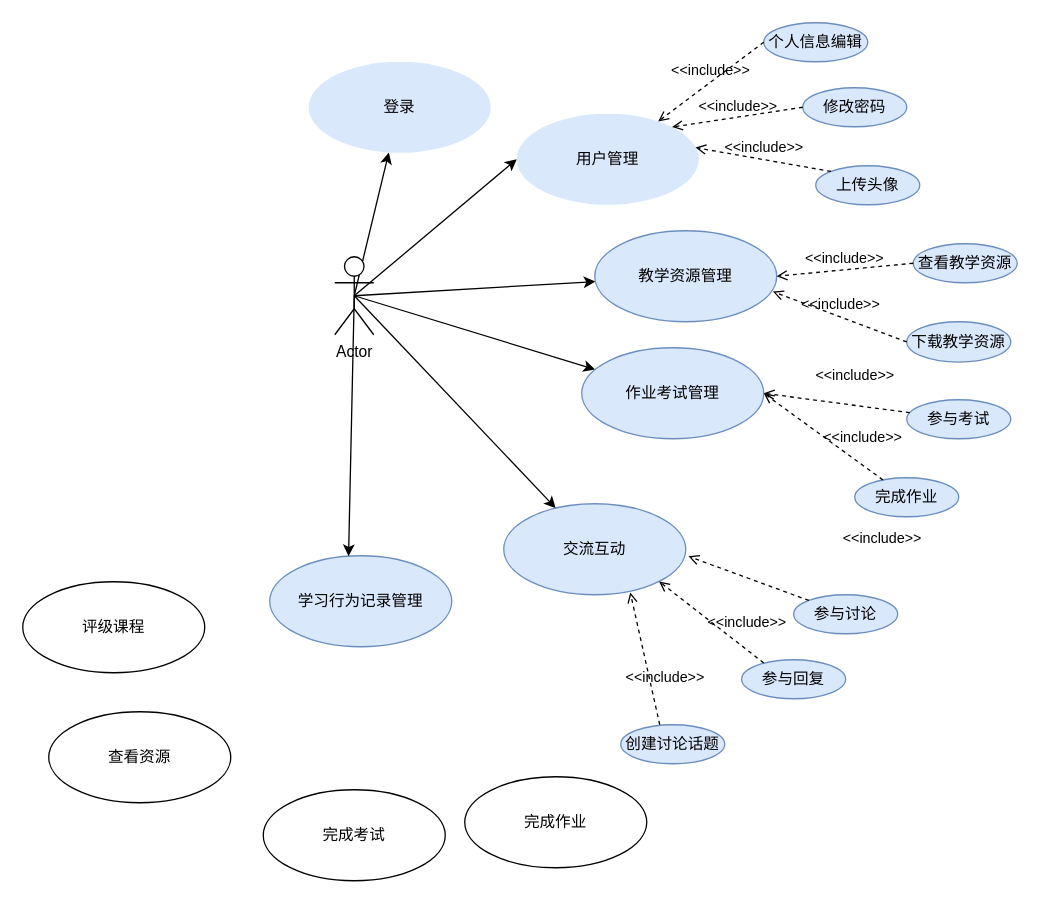
Above: Untitled Diagram.drawio in ytrLove/text_repo (draw.io), before the change. Source tidied: cells renumbered, new cells numbered last; positions are measured from the earlier drawing's top-left corner, leaving out a move shared by most shapes. Both pictures are drawn from the tidied source at 130%, with x=0, y=0 at pixel (22, 22).
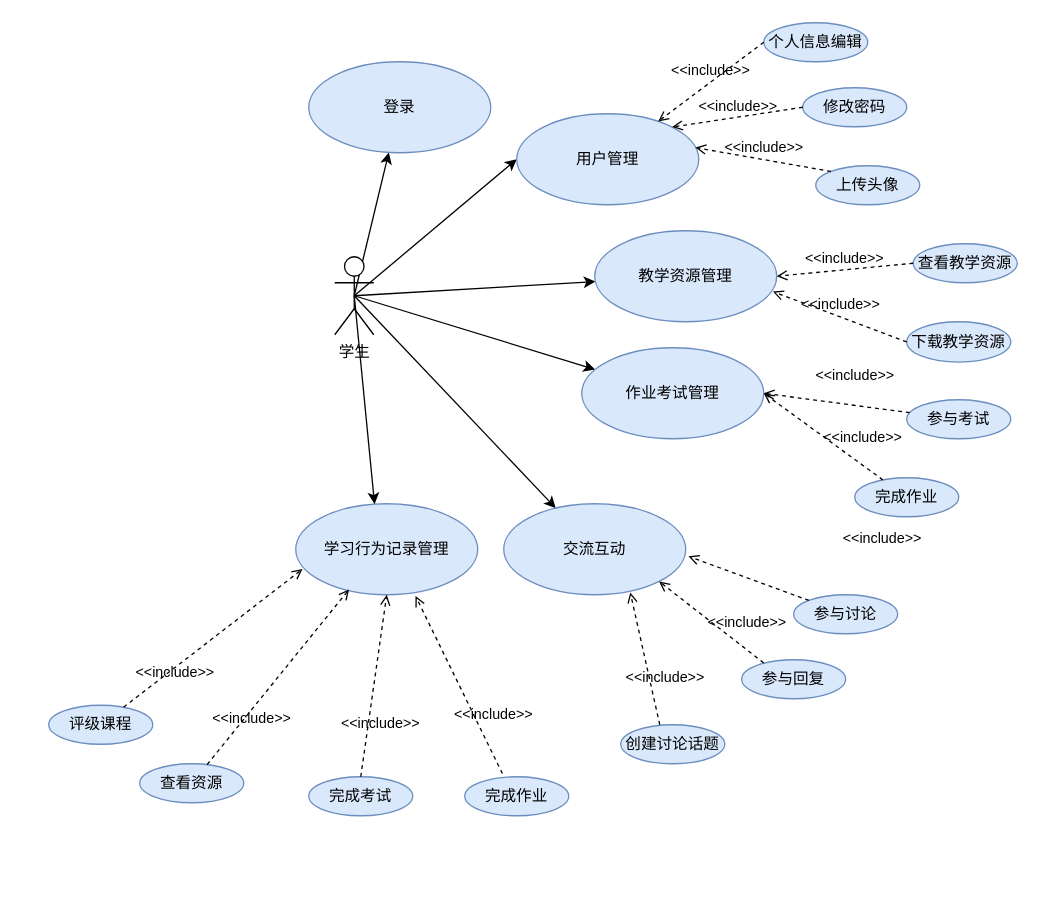
After the change.

Diff of the diagram source:
```diff
@@
-    <mxCell id="7" value="Actor" style="shape=umlActor;verticalLabelPosition=bottom;verticalAlign=top;html=1;" parent="1" vertex="1">
+    <mxCell id="7" value="学生&lt;div&gt;&lt;br&gt;&lt;/div&gt;" style="shape=umlActor;verticalLabelPosition=bottom;verticalAlign=top;html=1;" parent="1" vertex="1">
       <mxGeometry x="240" y="180" width="30" height="60" as="geometry" />
     </mxCell>
-    <mxCell id="8" value="登录" style="ellipse;whiteSpace=wrap;html=1;fillColor=#dae8fc;strokeColor=none;" parent="1" vertex="1">
+    <mxCell id="8" value="登录" style="ellipse;whiteSpace=wrap;html=1;fillColor=#dae8fc;strokeColor=#6c8ebf;" parent="1" vertex="1">
       <mxGeometry x="220" y="30" width="140" height="70" as="geometry" />
     </mxCell>
-    <mxCell id="9" value="用户管理" style="ellipse;whiteSpace=wrap;html=1;fillColor=#dae8fc;strokeColor=none;" parent="1" vertex="1">
+    <mxCell id="9" value="用户管理" style="ellipse;whiteSpace=wrap;html=1;fillColor=#dae8fc;strokeColor=#6c8ebf;" parent="1" vertex="1">
       <mxGeometry x="380" y="70" width="140" height="70" as="geometry" />
     </mxCell>
@@
     <mxCell id="13" value="学习行为记录管理" style="ellipse;whiteSpace=wrap;html=1;strokeColor=#6c8ebf;fillColor=#dae8fc;" parent="1" vertex="1">
-      <mxGeometry x="190" y="410" width="140" height="70" as="geometry" />
+      <mxGeometry x="210" y="370" width="140" height="70" as="geometry" />
     </mxCell>
@@
-    <mxCell id="36" value="完成考试" style="ellipse;whiteSpace=wrap;html=1;" parent="1" vertex="1">
-      <mxGeometry x="185" y="590" width="140" height="70" as="geometry" />
+    <mxCell id="36" value="完成考试" style="ellipse;whiteSpace=wrap;html=1;fillColor=#dae8fc;strokeColor=#6c8ebf;" parent="1" vertex="1">
+      <mxGeometry x="220" y="580" width="80" height="30" as="geometry" />
     </mxCell>
-    <mxCell id="37" value="完成作业" style="ellipse;whiteSpace=wrap;html=1;" parent="1" vertex="1">
-      <mxGeometry x="340" y="580" width="140" height="70" as="geometry" />
+    <mxCell id="37" value="完成作业" style="ellipse;whiteSpace=wrap;html=1;fillColor=#dae8fc;strokeColor=#6c8ebf;" parent="1" vertex="1">
+      <mxGeometry x="340" y="580" width="80" height="30" as="geometry" />
     </mxCell>
-    <mxCell id="38" value="查看资源" style="ellipse;whiteSpace=wrap;html=1;" parent="1" vertex="1">
-      <mxGeometry x="20" y="530" width="140" height="70" as="geometry" />
+    <mxCell id="38" value="查看资源" style="ellipse;whiteSpace=wrap;html=1;fillColor=#dae8fc;strokeColor=#6c8ebf;" parent="1" vertex="1">
+      <mxGeometry x="90" y="570" width="80" height="30" as="geometry" />
     </mxCell>
-    <mxCell id="39" value="评级课程" style="ellipse;whiteSpace=wrap;html=1;" parent="1" vertex="1">
-      <mxGeometry y="430" width="140" height="70" as="geometry" />
+    <mxCell id="39" value="评级课程" style="ellipse;whiteSpace=wrap;html=1;fillColor=#dae8fc;strokeColor=#6c8ebf;" parent="1" vertex="1">
+      <mxGeometry x="20" y="525" width="80" height="30" as="geometry" />
     </mxCell>
+    <mxCell id="40" value="&amp;lt;&amp;lt;include&amp;gt;&amp;gt;" style="html=1;verticalAlign=bottom;labelBackgroundColor=none;endArrow=open;endFill=0;dashed=1;rounded=0;entryX=0.658;entryY=1.013;entryDx=0;entryDy=0;exitX=0.362;exitY=-0.084;exitDx=0;exitDy=0;exitPerimeter=0;entryPerimeter=0;" parent="1" edge="1" source="37" target="13">
+      <mxGeometry x="-0.52" y="-10" relative="1" as="geometry" />
+    </mxCell>
+    <mxCell id="41" value="&amp;lt;&amp;lt;include&amp;gt;&amp;gt;" style="html=1;verticalAlign=bottom;labelBackgroundColor=none;endArrow=open;endFill=0;dashed=1;rounded=0;entryX=0.5;entryY=1;entryDx=0;entryDy=0;exitX=0.5;exitY=0;exitDx=0;exitDy=0;" parent="1" edge="1" source="36" target="13">
+      <mxGeometry x="-0.52" y="-10" relative="1" as="geometry" />
+    </mxCell>
+    <mxCell id="42" value="&amp;lt;&amp;lt;include&amp;gt;&amp;gt;" style="html=1;verticalAlign=bottom;labelBackgroundColor=none;endArrow=open;endFill=0;dashed=1;rounded=0;entryX=0.293;entryY=0.941;entryDx=0;entryDy=0;exitX=0.648;exitY=0.02;exitDx=0;exitDy=0;entryPerimeter=0;exitPerimeter=0;" parent="1" edge="1" source="38" target="13">
+      <mxGeometry x="-0.52" y="-10" relative="1" as="geometry" />
+    </mxCell>
+    <mxCell id="43" value="&amp;lt;&amp;lt;include&amp;gt;&amp;gt;" style="html=1;verticalAlign=bottom;labelBackgroundColor=none;endArrow=open;endFill=0;dashed=1;rounded=0;entryX=0.037;entryY=0.718;entryDx=0;entryDy=0;entryPerimeter=0;" parent="1" edge="1" source="39" target="13">
+      <mxGeometry x="-0.52" y="-10" relative="1" as="geometry" />
+    </mxCell>
```
